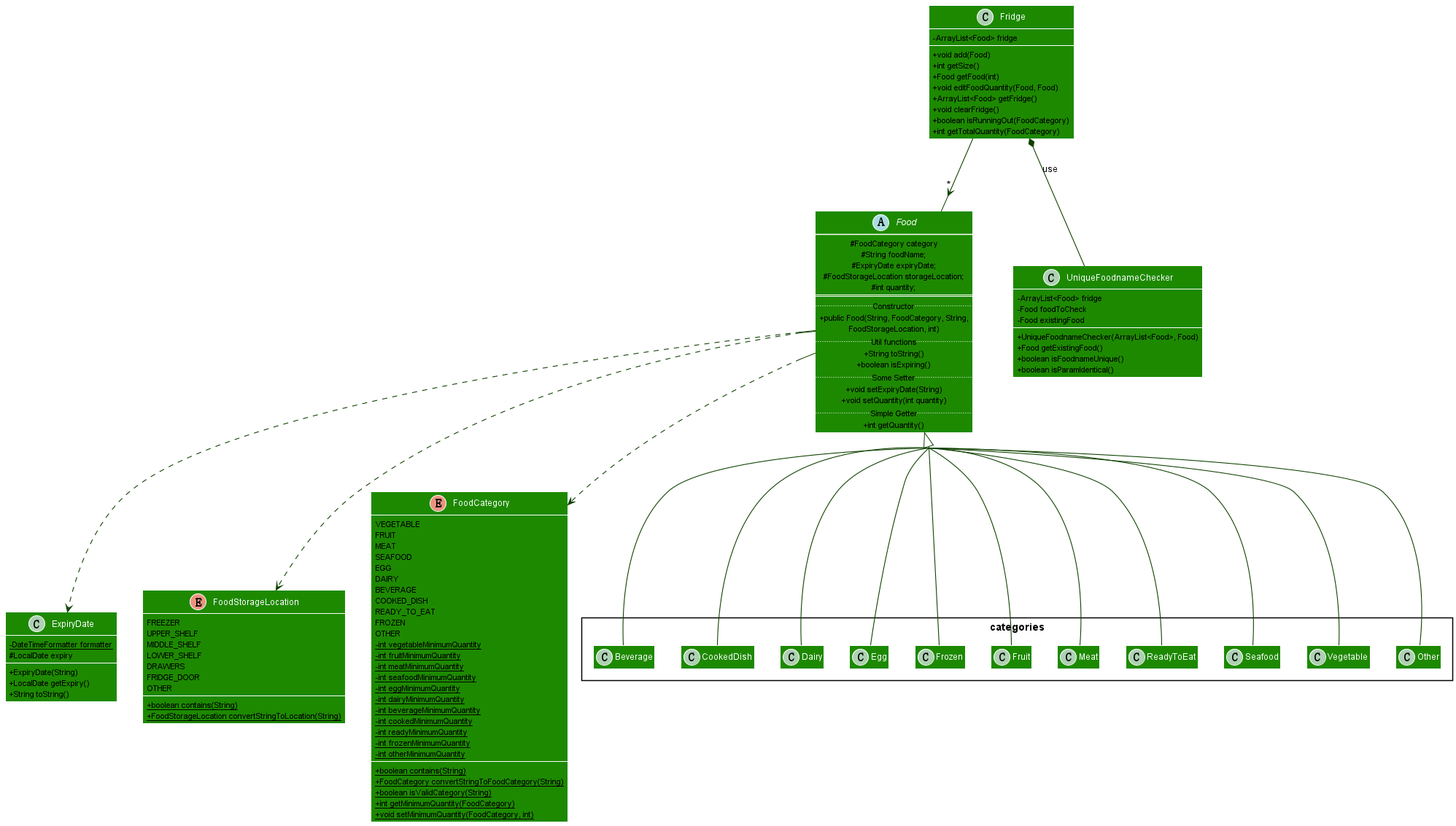
Earlier version of the PlantUML export docs/diagrams/foodPackageClassDiagram.png (nus-cs2113-AY2021S2/tp). The source it was exported from:
```plantuml
@startuml
!include style.puml
skinparam arrowThickness 1.1
skinparam arrowColor UI_COLOR_T4
skinparam classBackgroundColor UI_COLOR
skinparam classAttributeIconSize 0
skinparam groupInheritance 3

abstract class Food {
  # FoodCategory category
  # String foodName;
  # ExpiryDate expiryDate;
  # FoodStorageLocation storageLocation;
  # int quantity;
  ==
  .. Constructor ..
  + public Food(String, FoodCategory, String,
                    FoodStorageLocation, int)
  .. Util functions ..
  + String toString()
  + boolean isExpiring()
  .. Some Setter ..
  + void setExpiryDate(String)
  + void setQuantity(int quantity)
  .. Simple Getter ..
  + int getQuantity()
}

package categories <<Rectangle>> {
    class Beverage
    class CookedDish
    class Dairy
    class Egg
    class Frozen
    class Fruit
    class Meat
    class ReadyToEat
    class Seafood
    class Vegetable
    class Other
}

Food <|-- Beverage
Food <|-- CookedDish
Food <|-- Dairy
Food <|-- Egg
Food <|-- Frozen
Food <|-- Fruit
Food <|-- Meat
Food <|-- ReadyToEat
Food <|-- Seafood
Food <|-- Vegetable
Food <|-- Other

class ExpiryDate {
    - {static} DateTimeFormatter formatter
    # LocalDate expiry
    + ExpiryDate(String)
    + LocalDate getExpiry()
    + String toString()
}

Food ..> ExpiryDate

class Fridge {
    - ArrayList<Food> fridge
    + void add(Food)
    + int getSize()
    + Food getFood(int)
    + void editFoodQuantity(Food, Food)
    + ArrayList<Food> getFridge()
    + void clearFridge()
    + boolean isRunningOut(FoodCategory)
    + int getTotalQuantity(FoodCategory)
}

Fridge --> "*" Food

class UniqueFoodnameChecker {
    - ArrayList<Food> fridge
    - Food foodToCheck
    - Food existingFood
    + UniqueFoodnameChecker(ArrayList<Food>, Food)
    + Food getExistingFood()
    + boolean isFoodnameUnique()
    + boolean isParamIdentical()
}

Fridge *-- "UniqueFoodnameChecker" : use

enum FoodStorageLocation {
    FREEZER
    UPPER_SHELF
    MIDDLE_SHELF
    LOWER_SHELF
    DRAWERS
    FRIDGE_DOOR
    OTHER
    + {static} boolean contains(String)
    + {static} FoodStorageLocation convertStringToLocation(String)
}

Food ..> FoodStorageLocation

enum FoodCategory {
    VEGETABLE
    FRUIT
    MEAT
    SEAFOOD
    EGG
    DAIRY
    BEVERAGE
    COOKED_DISH
    READY_TO_EAT
    FROZEN
    OTHER
    - {static} int vegetableMinimumQuantity
    - {static} int fruitMinimumQuantity
    - {static} int meatMinimumQuantity
    - {static} int seafoodMinimumQuantity
    - {static} int eggMinimumQuantity
    - {static} int dairyMinimumQuantity
    - {static} int beverageMinimumQuantity
    - {static} int cookedMinimumQuantity
    - {static} int readyMinimumQuantity
    - {static} int frozenMinimumQuantity
    - {static} int otherMinimumQuantity
    + {static} boolean contains(String)
    + {static} FoodCategory convertStringToFoodCategory(String)
    + {static} boolean isValidCategory(String)
    + {static} int getMinimumQuantity(FoodCategory)
    + {static} void setMinimumQuantity(FoodCategory, int)
}

Food ..> FoodCategory

show circle

@enduml
```
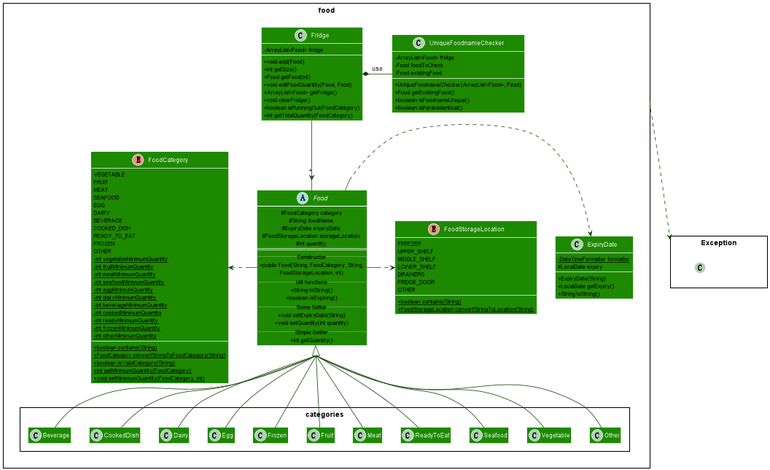
After the change.

Change to the diagram source:
```diff
@@ -1,10 +1,33 @@
 @startuml
 !include style.puml
+allow_mixing
 skinparam arrowThickness 1.1
 skinparam arrowColor UI_COLOR_T4
 skinparam classBackgroundColor UI_COLOR
 skinparam classAttributeIconSize 0
 skinparam groupInheritance 3
+
+package food <<Rectangle>> {
+  abstract class Food
+  package categories <<Rectangle>> {
+  class Beverage
+  class CookedDish
+  class Dairy
+  class Egg
+  class Frozen
+  class Fruit
+  class Meat
+  class ReadyToEat
+  class Seafood
+  class Vegetable
+  class Other
+  }
+  enum FoodCategory
+  enum FoodStorageLocation
+  class ExpiryDate
+  class Fridge
+  class UniqueFoodnameChecker
+}
 
 abstract class Food {
   # FoodCategory category
@@ -26,19 +49,7 @@
   + int getQuantity()
 }
 
-package categories <<Rectangle>> {
-    class Beverage
-    class CookedDish
-    class Dairy
-    class Egg
-    class Frozen
-    class Fruit
-    class Meat
-    class ReadyToEat
-    class Seafood
-    class Vegetable
-    class Other
-}
+
 
 Food <|-- Beverage
 Food <|-- CookedDish
@@ -60,7 +71,7 @@
     + String toString()
 }
 
-Food ..> ExpiryDate
+Food .right.> ExpiryDate
 
 class Fridge {
     - ArrayList<Food> fridge
@@ -74,7 +85,7 @@
     + int getTotalQuantity(FoodCategory)
 }
 
-Fridge --> "*" Food
+Fridge -down-> "*" Food
 
 class UniqueFoodnameChecker {
     - ArrayList<Food> fridge
@@ -86,7 +97,7 @@
     + boolean isParamIdentical()
 }
 
-Fridge *-- "UniqueFoodnameChecker" : use
+Fridge *-right- "UniqueFoodnameChecker" : use
 
 enum FoodStorageLocation {
     FREEZER
@@ -100,7 +111,7 @@
     + {static} FoodStorageLocation convertStringToLocation(String)
 }
 
-Food ..> FoodStorageLocation
+Food .right.> FoodStorageLocation
 
 enum FoodCategory {
     VEGETABLE
@@ -132,7 +143,13 @@
     + {static} void setMinimumQuantity(FoodCategory, int)
 }
 
-Food ..> FoodCategory
+Food .left.> FoodCategory
+
+package Exception <<Rectangle>> {
+    class hiddenException #FFFFFF
+}
+
+food ..> Exception
 
 show circle
 
```
